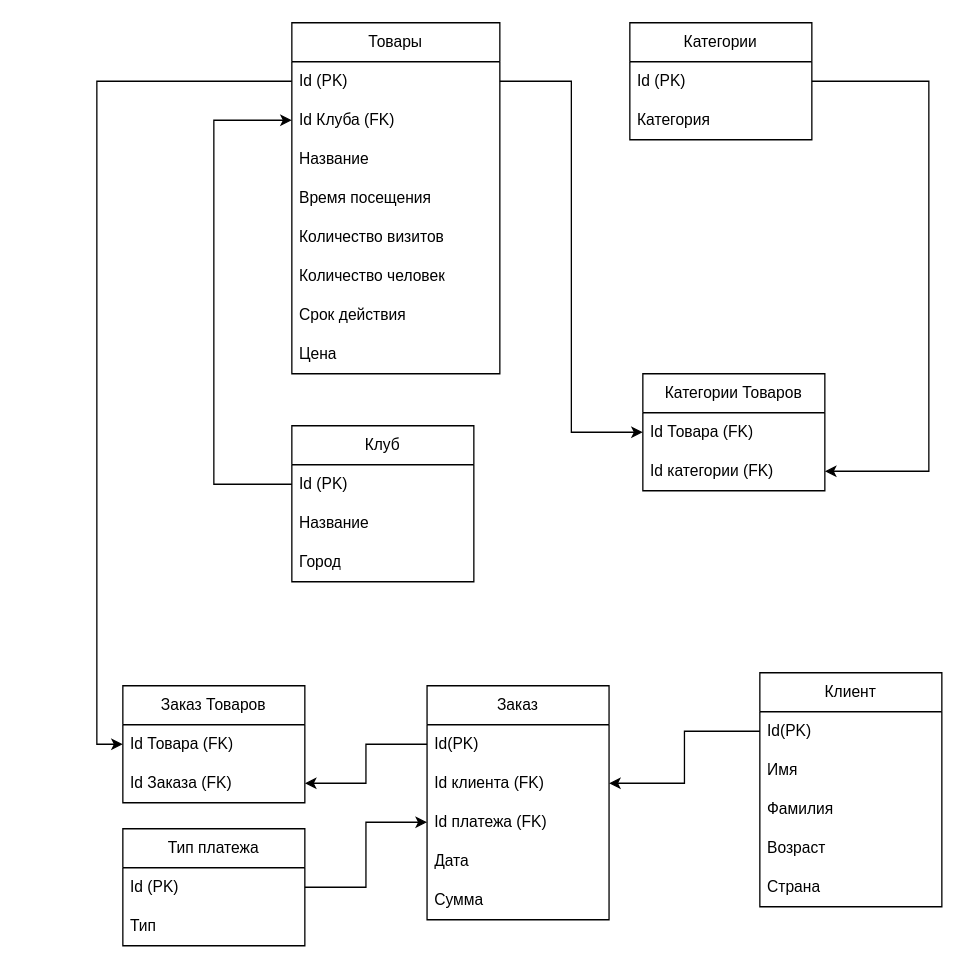
Maksim-Valentinovich/SimpleShop keeps this draw.io diagram as DataBase.drawio. Above is the earlier version. Source tidied: cells renumbered, new cells numbered last; positions are measured from the earlier drawing's top-left corner, leaving out a move shared by most shapes. Both pictures are drawn from the tidied source at 130%, with x=0, y=0 at pixel (122, 22).
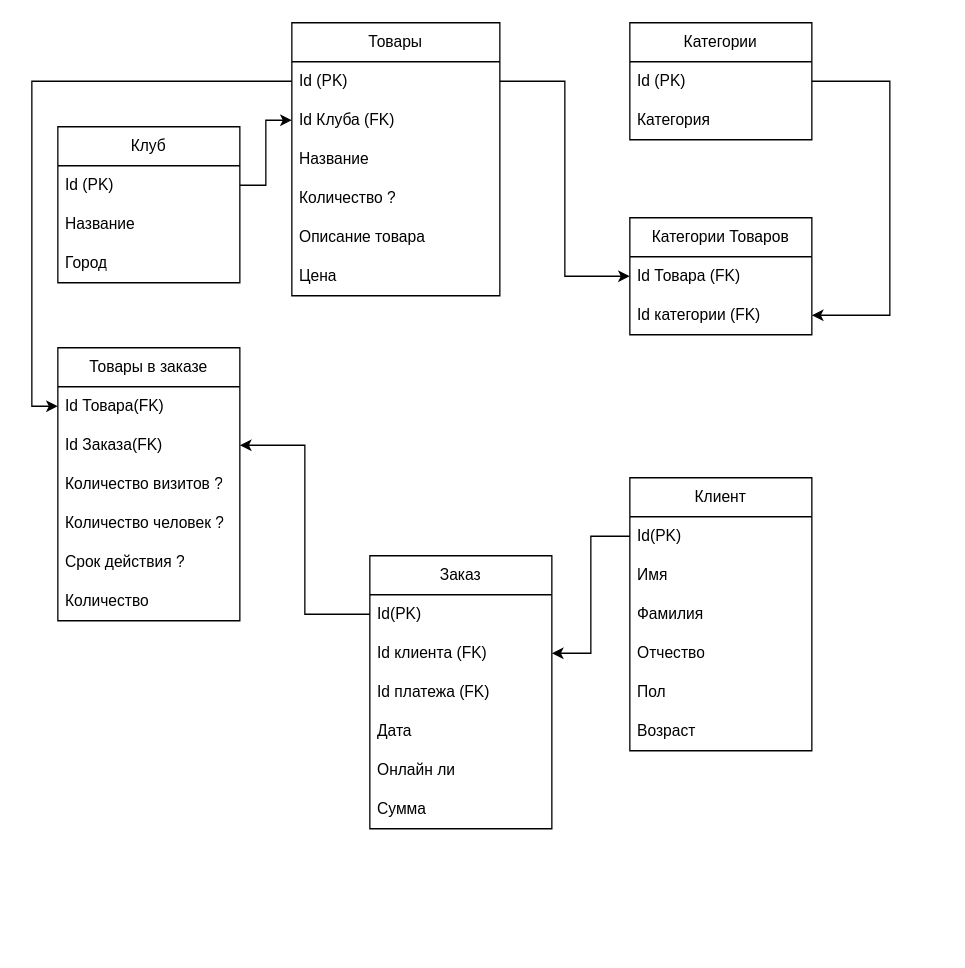
The same page after the edit.

The change refers to these unchanged cells:
```xml
<mxCell id="3" value="Id (PK)" style="text;strokeColor=none;fillColor=none;align=left;verticalAlign=middle;spacingLeft=4;spacingRight=4;overflow=hidden;points=[[0,0.5],[1,0.5]];portConstraint=eastwest;whiteSpace=wrap;html=1;" parent="2" vertex="1">
  <mxGeometry y="30" width="160" height="30" as="geometry" />
</mxCell>
<mxCell id="4" value="Id Клуба (FK)" style="text;strokeColor=none;fillColor=none;align=left;verticalAlign=middle;spacingLeft=4;spacingRight=4;overflow=hidden;points=[[0,0.5],[1,0.5]];portConstraint=eastwest;whiteSpace=wrap;html=1;" parent="2" vertex="1">
  <mxGeometry y="60" width="160" height="30" as="geometry" />
</mxCell>
<mxCell id="12" value="Id (PK)" style="text;strokeColor=none;fillColor=none;align=left;verticalAlign=middle;spacingLeft=4;spacingRight=4;overflow=hidden;points=[[0,0.5],[1,0.5]];portConstraint=eastwest;whiteSpace=wrap;html=1;" parent="11" vertex="1">
  <mxGeometry y="30" width="140" height="30" as="geometry" />
</mxCell>
<mxCell id="16" value="Id категории (FK)" style="text;strokeColor=none;fillColor=none;align=left;verticalAlign=middle;spacingLeft=4;spacingRight=4;overflow=hidden;points=[[0,0.5],[1,0.5]];portConstraint=eastwest;whiteSpace=wrap;html=1;" parent="14" vertex="1">
  <mxGeometry y="60" width="140" height="30" as="geometry" />
</mxCell>
<mxCell id="25" value="Id(PK)" style="text;strokeColor=none;fillColor=none;align=left;verticalAlign=middle;spacingLeft=4;spacingRight=4;overflow=hidden;points=[[0,0.5],[1,0.5]];portConstraint=eastwest;whiteSpace=wrap;html=1;" parent="24" vertex="1">
  <mxGeometry y="30" width="140" height="30" as="geometry" />
</mxCell>
<mxCell id="27" value="Id платежа (FK)" style="text;strokeColor=none;fillColor=none;align=left;verticalAlign=middle;spacingLeft=4;spacingRight=4;overflow=hidden;points=[[0,0.5],[1,0.5]];portConstraint=eastwest;whiteSpace=wrap;html=1;" parent="24" vertex="1">
  <mxGeometry y="90" width="140" height="30" as="geometry" />
</mxCell>
<mxCell id="39" value="Id (PK)" style="text;strokeColor=none;fillColor=none;align=left;verticalAlign=middle;spacingLeft=4;spacingRight=4;overflow=hidden;points=[[0,0.5],[1,0.5]];portConstraint=eastwest;whiteSpace=wrap;html=1;" parent="38" vertex="1">
  <mxGeometry y="30" width="140" height="30" as="geometry" />
</mxCell>
```

What changed in the source:
```diff
@@
     <mxCell id="2" value="Товары" style="swimlane;fontStyle=0;horizontal=1;startSize=30;whiteSpace=wrap;html=1;" parent="1" vertex="1">
-      <mxGeometry x="130" width="160" height="270" as="geometry" />
+      <mxGeometry x="130" width="160" height="210" as="geometry" />
     </mxCell>
@@
-    <mxCell id="6" value="Время посещения" style="text;strokeColor=none;fillColor=none;align=left;verticalAlign=middle;spacingLeft=4;spacingRight=4;overflow=hidden;whiteSpace=wrap;html=1;" parent="2" vertex="1">
-      <mxGeometry y="120" width="160" height="30" as="geometry" />
-    </mxCell>
-    <mxCell id="7" value="Количество визитов" style="text;strokeColor=none;fillColor=none;align=left;verticalAlign=middle;spacingLeft=4;spacingRight=4;overflow=hidden;whiteSpace=wrap;html=1;" parent="2" vertex="1">
-      <mxGeometry y="150" width="160" height="30" as="geometry" />
-    </mxCell>
-    <mxCell id="8" value="Количество человек" style="text;strokeColor=none;fillColor=none;align=left;verticalAlign=middle;spacingLeft=4;spacingRight=4;overflow=hidden;whiteSpace=wrap;html=1;" parent="2" vertex="1">
-      <mxGeometry y="180" width="160" height="30" as="geometry" />
-    </mxCell>
-    <mxCell id="9" value="Срок действия" style="text;strokeColor=none;fillColor=none;align=left;verticalAlign=middle;spacingLeft=4;spacingRight=4;overflow=hidden;whiteSpace=wrap;html=1;" parent="2" vertex="1">
-      <mxGeometry y="210" width="160" height="30" as="geometry" />
-    </mxCell>
+    <mxCell id="46" value="Количество ?" style="text;strokeColor=none;fillColor=none;align=left;verticalAlign=middle;spacingLeft=4;spacingRight=4;overflow=hidden;whiteSpace=wrap;html=1;" parent="2" vertex="1">
+      <mxGeometry y="120" width="160" height="30" as="geometry" />
+    </mxCell>
+    <mxCell id="47" value="Описание товара" style="text;strokeColor=none;fillColor=none;align=left;verticalAlign=middle;spacingLeft=4;spacingRight=4;overflow=hidden;whiteSpace=wrap;html=1;" parent="2" vertex="1">
+      <mxGeometry y="150" width="160" height="30" as="geometry" />
+    </mxCell>
     <mxCell id="10" value="Цена" style="text;strokeColor=none;fillColor=none;align=left;verticalAlign=middle;spacingLeft=4;spacingRight=4;overflow=hidden;whiteSpace=wrap;html=1;" parent="2" vertex="1">
-      <mxGeometry y="240" width="160" height="30" as="geometry" />
+      <mxGeometry y="180" width="160" height="30" as="geometry" />
     </mxCell>
@@
     <mxCell id="14" value="Категории Товаров" style="swimlane;fontStyle=0;horizontal=1;startSize=30;whiteSpace=wrap;html=1;" parent="1" vertex="1">
-      <mxGeometry x="400" y="270" width="140" height="90" as="geometry" />
+      <mxGeometry x="390" y="150" width="140" height="90" as="geometry" />
     </mxCell>
@@
-    <mxCell id="17" style="edgeStyle=orthogonalEdgeStyle;rounded=0;jettySize=auto;html=1;exitX=1;exitY=0.5;exitDx=0;exitDy=0;entryX=1;entryY=0.5;entryDx=0;entryDy=0;" parent="1" edge="1" source="12" target="16">
-      <mxGeometry relative="1" as="geometry">
-        <Array as="points">
-          <mxPoint x="620" y="45" />
-          <mxPoint x="620" y="345" />
-        </Array>
-      </mxGeometry>
-    </mxCell>
     <mxCell id="18" value="Клиент" style="swimlane;fontStyle=0;horizontal=1;startSize=30;whiteSpace=wrap;html=1;" parent="1" vertex="1">
-      <mxGeometry x="490" y="500" width="140" height="180" as="geometry" />
+      <mxGeometry x="390" y="350" width="140" height="210" as="geometry" />
     </mxCell>
@@
+    <mxCell id="48" value="Отчество" style="text;strokeColor=none;fillColor=none;align=left;verticalAlign=middle;spacingLeft=4;spacingRight=4;overflow=hidden;whiteSpace=wrap;html=1;" parent="18" vertex="1">
+      <mxGeometry y="120" width="140" height="30" as="geometry" />
+    </mxCell>
+    <mxCell id="49" value="Пол" style="text;strokeColor=none;fillColor=none;align=left;verticalAlign=middle;spacingLeft=4;spacingRight=4;overflow=hidden;whiteSpace=wrap;html=1;" parent="18" vertex="1">
+      <mxGeometry y="150" width="140" height="30" as="geometry" />
+    </mxCell>
     <mxCell id="22" value="Возраст" style="text;strokeColor=none;fillColor=none;align=left;verticalAlign=middle;spacingLeft=4;spacingRight=4;overflow=hidden;whiteSpace=wrap;html=1;" parent="18" vertex="1">
-      <mxGeometry y="120" width="140" height="30" as="geometry" />
+      <mxGeometry y="180" width="140" height="30" as="geometry" />
     </mxCell>
-    <mxCell id="23" value="Страна" style="text;strokeColor=none;fillColor=none;align=left;verticalAlign=middle;spacingLeft=4;spacingRight=4;overflow=hidden;whiteSpace=wrap;html=1;" parent="18" vertex="1">
-      <mxGeometry y="150" width="140" height="30" as="geometry" />
-    </mxCell>
     <mxCell id="24" value="Заказ" style="swimlane;fontStyle=0;horizontal=1;startSize=30;whiteSpace=wrap;html=1;" parent="1" vertex="1">
-      <mxGeometry x="234" y="510" width="140" height="180" as="geometry" />
+      <mxGeometry x="190" y="410" width="140" height="210" as="geometry" />
     </mxCell>
@@
+    <mxCell id="50" value="Онлайн ли" style="text;strokeColor=none;fillColor=none;align=left;verticalAlign=middle;spacingLeft=4;spacingRight=4;overflow=hidden;whiteSpace=wrap;html=1;" parent="24" vertex="1">
+      <mxGeometry y="150" width="140" height="30" as="geometry" />
+    </mxCell>
     <mxCell id="29" value="Сумма" style="text;strokeColor=none;fillColor=none;align=left;verticalAlign=middle;spacingLeft=4;spacingRight=4;overflow=hidden;whiteSpace=wrap;html=1;" parent="24" vertex="1">
-      <mxGeometry y="150" width="140" height="30" as="geometry" />
+      <mxGeometry y="180" width="140" height="30" as="geometry" />
     </mxCell>
-    <mxCell id="30" value="Заказ Товаров" style="swimlane;fontStyle=0;horizontal=1;startSize=30;whiteSpace=wrap;html=1;" parent="1" vertex="1">
-      <mxGeometry y="510" width="140" height="90" as="geometry" />
-    </mxCell>
-    <mxCell id="31" value="Id Товара (FK)" style="text;strokeColor=none;fillColor=none;align=left;verticalAlign=middle;spacingLeft=4;spacingRight=4;overflow=hidden;points=[[0,0.5],[1,0.5]];portConstraint=eastwest;whiteSpace=wrap;html=1;" parent="30" vertex="1">
-      <mxGeometry y="30" width="140" height="30" as="geometry" />
-    </mxCell>
-    <mxCell id="32" value="Id Заказа (FK)" style="text;strokeColor=none;fillColor=none;align=left;verticalAlign=middle;spacingLeft=4;spacingRight=4;overflow=hidden;points=[[0,0.5],[1,0.5]];portConstraint=eastwest;whiteSpace=wrap;html=1;" parent="30" vertex="1">
-      <mxGeometry y="60" width="140" height="30" as="geometry" />
-    </mxCell>
-    <mxCell id="33" style="edgeStyle=orthogonalEdgeStyle;rounded=0;jettySize=auto;html=1;exitX=0;exitY=0.5;exitDx=0;exitDy=0;entryX=1;entryY=0.5;entryDx=0;entryDy=0;" parent="1" edge="1" source="25" target="32">
-      <mxGeometry relative="1" as="geometry" />
-    </mxCell>
-    <mxCell id="34" value="Тип платежа" style="swimlane;fontStyle=0;horizontal=1;startSize=30;whiteSpace=wrap;html=1;" parent="1" vertex="1">
-      <mxGeometry y="620" width="140" height="90" as="geometry" />
-    </mxCell>
-    <mxCell id="35" value="Id (PK)" style="text;strokeColor=none;fillColor=none;align=left;verticalAlign=middle;spacingLeft=4;spacingRight=4;overflow=hidden;points=[[0,0.5],[1,0.5]];portConstraint=eastwest;whiteSpace=wrap;html=1;" parent="34" vertex="1">
-      <mxGeometry y="30" width="140" height="30" as="geometry" />
-    </mxCell>
-    <mxCell id="36" value="Тип" style="text;strokeColor=none;fillColor=none;align=left;verticalAlign=middle;spacingLeft=4;spacingRight=4;overflow=hidden;whiteSpace=wrap;html=1;" parent="34" vertex="1">
-      <mxGeometry y="60" width="140" height="30" as="geometry" />
-    </mxCell>
@@
     <mxCell id="38" value="Клуб" style="swimlane;fontStyle=0;horizontal=1;startSize=30;whiteSpace=wrap;html=1;" parent="1" vertex="1">
-      <mxGeometry x="130" y="310" width="140" height="120" as="geometry" />
+      <mxGeometry x="-50" y="80" width="140" height="120" as="geometry" />
     </mxCell>
@@
-    <mxCell id="43" style="edgeStyle=orthogonalEdgeStyle;rounded=0;jettySize=auto;html=1;exitX=0;exitY=0.5;exitDx=0;exitDy=0;entryX=0;entryY=0.5;entryDx=0;entryDy=0;" parent="1" edge="1" source="3" target="31">
-      <mxGeometry relative="1" as="geometry" />
-    </mxCell>
+    <mxCell id="51" value="Товары в заказе" style="swimlane;fontStyle=0;horizontal=1;startSize=30;whiteSpace=wrap;html=1;" parent="1" vertex="1">
+      <mxGeometry x="-50" y="250" width="140" height="210" as="geometry" />
+    </mxCell>
+    <mxCell id="52" value="Id Товара(FK)" style="text;strokeColor=none;fillColor=none;align=left;verticalAlign=middle;spacingLeft=4;spacingRight=4;overflow=hidden;points=[[0,0.5],[1,0.5]];portConstraint=eastwest;whiteSpace=wrap;html=1;" parent="51" vertex="1">
+      <mxGeometry y="30" width="140" height="30" as="geometry" />
+    </mxCell>
+    <mxCell id="53" value="Id Заказа(FK)" style="text;strokeColor=none;fillColor=none;align=left;verticalAlign=middle;spacingLeft=4;spacingRight=4;overflow=hidden;points=[[0,0.5],[1,0.5]];portConstraint=eastwest;whiteSpace=wrap;html=1;" parent="51" vertex="1">
+      <mxGeometry y="60" width="140" height="30" as="geometry" />
+    </mxCell>
+    <mxCell id="54" value="Количество визитов ?" style="text;strokeColor=none;fillColor=none;align=left;verticalAlign=middle;spacingLeft=4;spacingRight=4;overflow=hidden;whiteSpace=wrap;html=1;" parent="51" vertex="1">
+      <mxGeometry y="90" width="140" height="30" as="geometry" />
+    </mxCell>
+    <mxCell id="55" value="Количество человек ?" style="text;strokeColor=none;fillColor=none;align=left;verticalAlign=middle;spacingLeft=4;spacingRight=4;overflow=hidden;whiteSpace=wrap;html=1;" parent="51" vertex="1">
+      <mxGeometry y="120" width="140" height="30" as="geometry" />
+    </mxCell>
+    <mxCell id="56" value="Срок действия ?" style="text;strokeColor=none;fillColor=none;align=left;verticalAlign=middle;spacingLeft=4;spacingRight=4;overflow=hidden;whiteSpace=wrap;html=1;" parent="51" vertex="1">
+      <mxGeometry y="150" width="140" height="30" as="geometry" />
+    </mxCell>
+    <mxCell id="57" value="Количество" style="text;strokeColor=none;fillColor=none;align=left;verticalAlign=middle;spacingLeft=4;spacingRight=4;overflow=hidden;whiteSpace=wrap;html=1;" parent="51" vertex="1">
+      <mxGeometry y="180" width="140" height="30" as="geometry" />
+    </mxCell>
-    <mxCell id="44" style="edgeStyle=orthogonalEdgeStyle;rounded=0;jettySize=auto;html=1;exitX=0;exitY=0.5;exitDx=0;exitDy=0;entryX=0;entryY=0.5;entryDx=0;entryDy=0;" parent="1" edge="1" source="39" target="4">
-      <mxGeometry relative="1" as="geometry">
-        <Array as="points">
-          <mxPoint x="70" y="355" />
-          <mxPoint x="70" y="75" />
-        </Array>
-      </mxGeometry>
+    <mxCell id="44" style="edgeStyle=orthogonalEdgeStyle;rounded=0;jettySize=auto;html=1;exitX=1;exitY=0.5;exitDx=0;exitDy=0;entryX=0;entryY=0.5;entryDx=0;entryDy=0;" parent="1" edge="1" source="39" target="4">
+      <mxGeometry relative="1" as="geometry" />
     </mxCell>
-    <mxCell id="45" style="edgeStyle=orthogonalEdgeStyle;rounded=0;jettySize=auto;html=1;exitX=1;exitY=0.5;exitDx=0;exitDy=0;entryX=0;entryY=0.5;entryDx=0;entryDy=0;" parent="1" edge="1" source="35" target="27">
-      <mxGeometry relative="1" as="geometry" />
-    </mxCell>
+    <mxCell id="17" style="edgeStyle=orthogonalEdgeStyle;rounded=0;jettySize=auto;html=1;exitX=1;exitY=0.5;exitDx=0;exitDy=0;entryX=1;entryY=0.5;entryDx=0;entryDy=0;" parent="1" edge="1" source="12" target="16">
+      <mxGeometry relative="1" as="geometry">
+        <Array as="points">
+          <mxPoint x="590" y="45" />
+          <mxPoint x="590" y="225" />
+        </Array>
+      </mxGeometry>
+    </mxCell>
+    <mxCell id="58" style="edgeStyle=orthogonalEdgeStyle;rounded=0;jettySize=auto;html=1;exitX=0;exitY=0.5;exitDx=0;exitDy=0;entryX=1;entryY=0.5;entryDx=0;entryDy=0;" parent="1" edge="1" source="25" target="53">
+      <mxGeometry relative="1" as="geometry" />
+    </mxCell>
+    <mxCell id="59" style="edgeStyle=orthogonalEdgeStyle;rounded=0;jettySize=auto;html=1;exitX=0;exitY=0.5;exitDx=0;exitDy=0;entryX=0;entryY=0.5;entryDx=0;entryDy=0;" parent="1" edge="1" source="3" target="52">
+      <mxGeometry relative="1" as="geometry" />
+    </mxCell>
```
